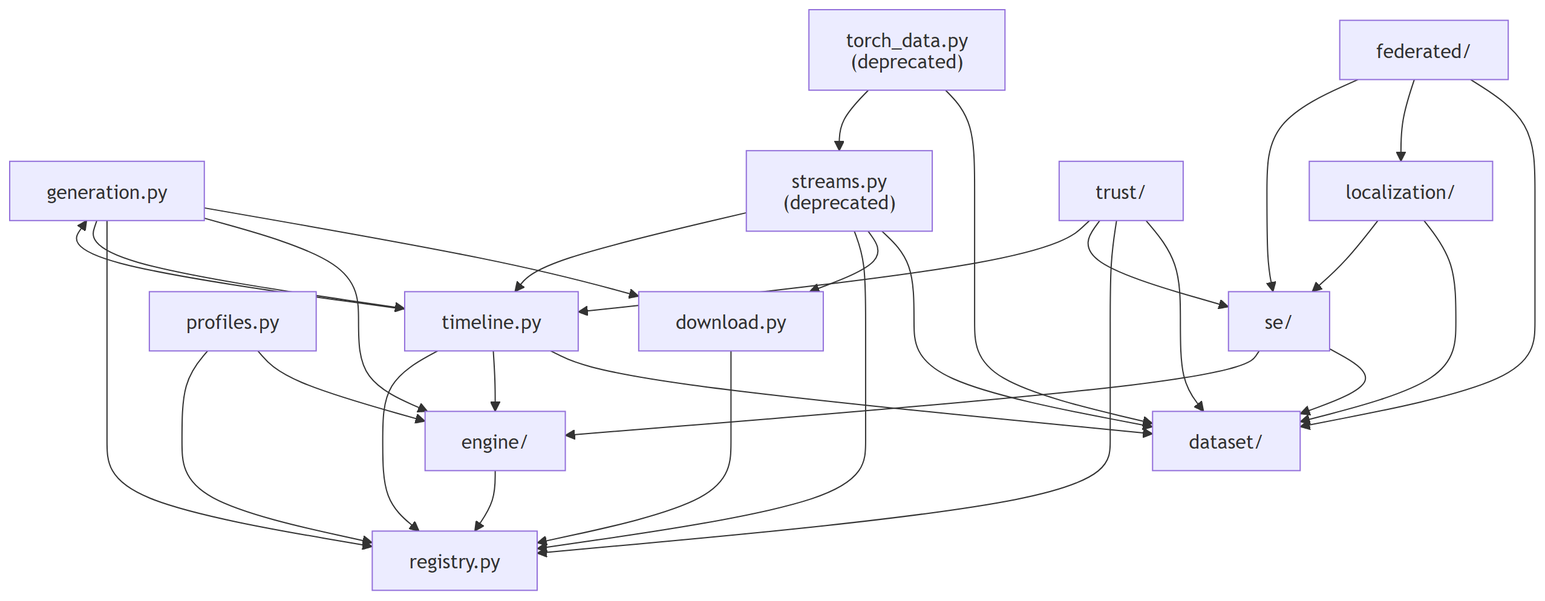
Before: docs/figures/diagrams/modules.png, a diagram exported from Mermaid (myersben9/fdia-graph). Its source is kept beside it as docs/figures/diagrams/modules.mmd. The source it was exported from:
```mermaid
flowchart TB
    dataset["dataset/"]
    download["download.py"]
    engine["engine/"]
    federated["federated/"]
    generation["generation.py"]
    localization["localization/"]
    profiles["profiles.py"]
    registry["registry.py"]
    se["se/"]
    streams["streams.py<br/>(deprecated)"]
    timeline["timeline.py"]
    torch_data["torch_data.py<br/>(deprecated)"]
    trust["trust/"]
    download --> registry
    engine --> registry
    federated --> dataset
    federated --> localization
    federated --> se
    generation --> download
    generation --> engine
    generation --> registry
    generation --> timeline
    localization --> dataset
    localization --> se
    profiles --> engine
    profiles --> registry
    se --> dataset
    se --> engine
    streams --> dataset
    streams --> download
    streams --> registry
    streams --> timeline
    timeline --> dataset
    timeline --> engine
    timeline --> generation
    timeline --> registry
    torch_data --> dataset
    torch_data --> streams
    trust --> dataset
    trust --> registry
    trust --> se
    trust --> timeline
```
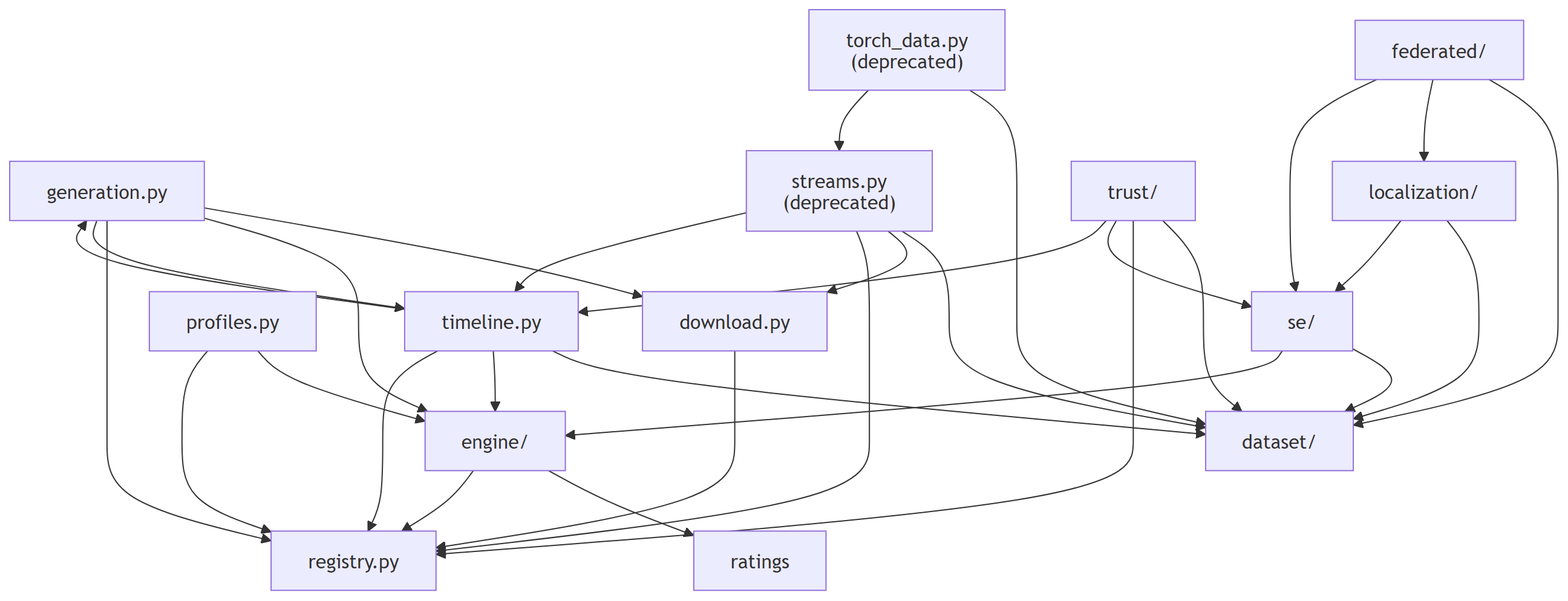
The same file after the commit.

Diff of the diagram source:
```diff
@@ -6,6 +6,7 @@
     generation["generation.py"]
     localization["localization/"]
     profiles["profiles.py"]
+    ratings["ratings"]
     registry["registry.py"]
     se["se/"]
     streams["streams.py<br/>(deprecated)"]
@@ -13,6 +14,7 @@
     torch_data["torch_data.py<br/>(deprecated)"]
     trust["trust/"]
     download --> registry
+    engine --> ratings
     engine --> registry
     federated --> dataset
     federated --> localization
```
